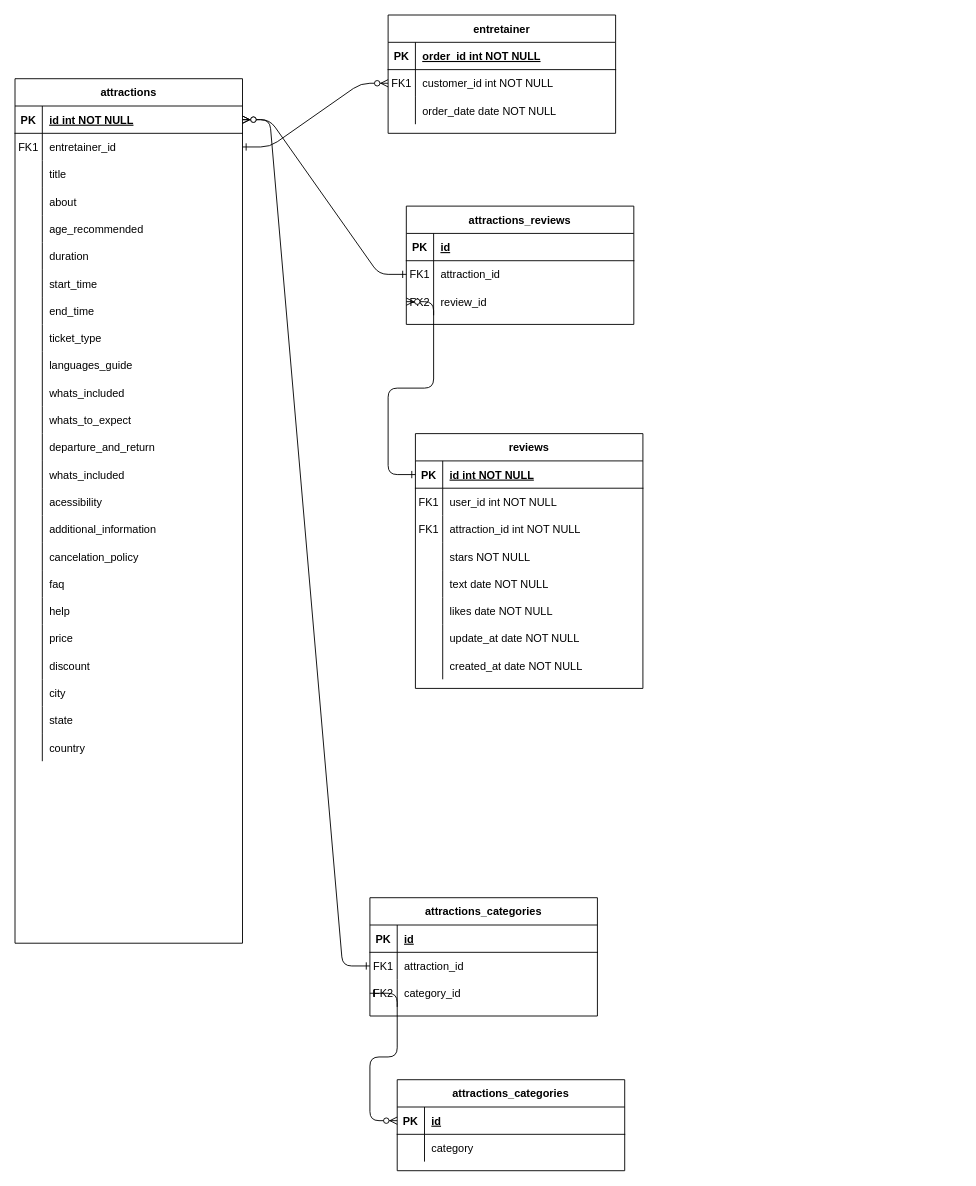
Before: diagram/Untitled Diagram.drawio in gabrielulbrich/tourin, a draw.io diagram. Source tidied: cells renumbered, new cells numbered last; positions are measured from the earlier drawing's top-left corner, leaving out a move shared by most shapes. Both pictures are drawn from the tidied source at 91%, with x=0, y=0 at pixel (15, 15).
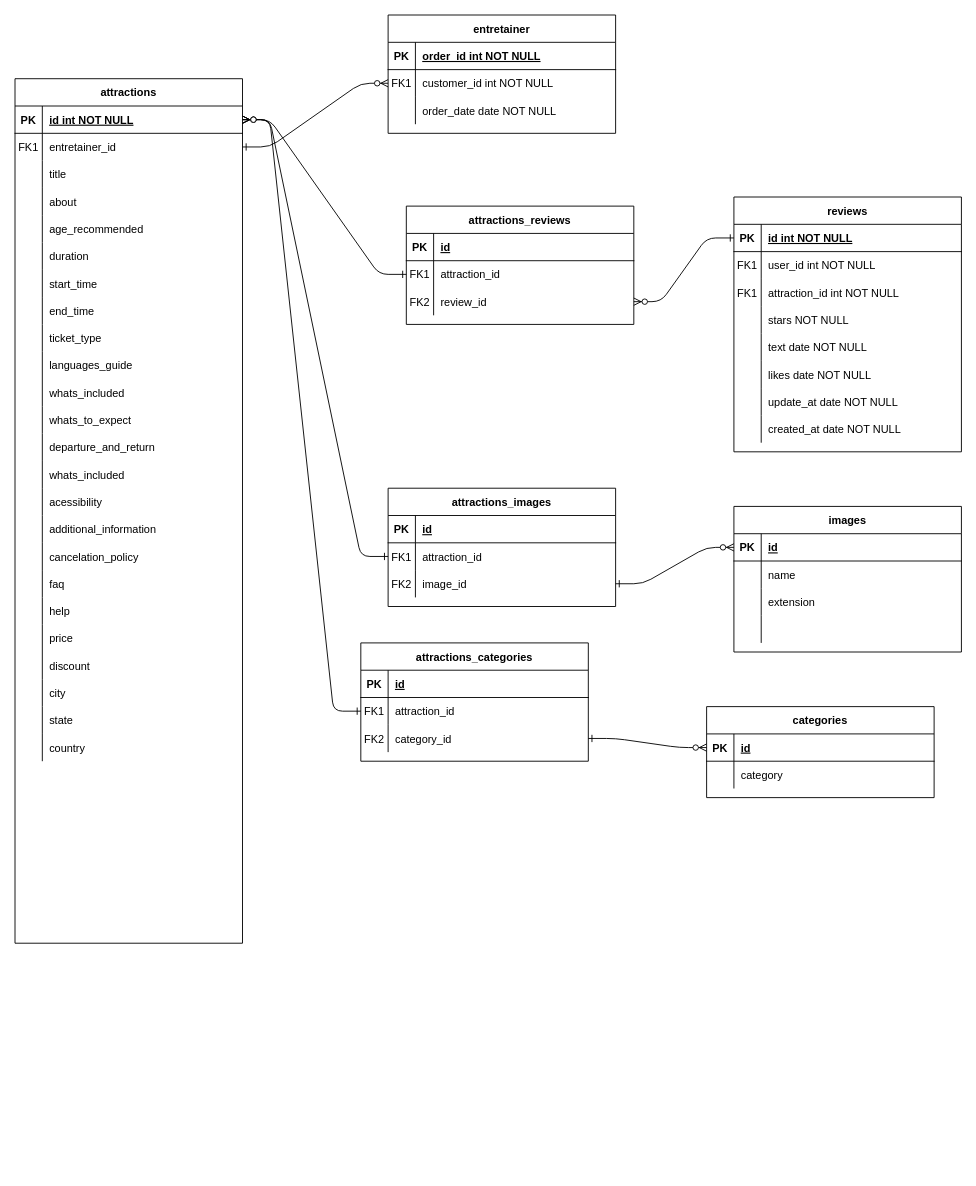
The same diagram, later.

Unchanged cells that the change refers to:
```xml
<mxCell id="14" style="shape=partialRectangle;fillColor=none;points=[[0,0.5],[1,0.5]];portConstraint=eastwest;top=0;left=0;right=0;bottom=1;" parent="13" vertex="1">
  <mxGeometry y="30" width="250" height="30" as="geometry" />
</mxCell>
<mxCell id="39" style="shape=partialRectangle;fillColor=none;points=[[0,0.5],[1,0.5]];portConstraint=eastwest;top=0;left=0;right=0;bottom=1;" parent="38" vertex="1">
  <mxGeometry y="30" width="250" height="30" as="geometry" />
</mxCell>
<mxCell id="119" style="shape=partialRectangle;fillColor=none;points=[[0,0.5],[1,0.5]];portConstraint=eastwest;top=0;left=0;right=0;bottom=0;" parent="112" vertex="1">
  <mxGeometry y="90" width="250" height="30" as="geometry" />
</mxCell>
<mxCell id="130" style="shape=partialRectangle;fillColor=none;points=[[0,0.5],[1,0.5]];portConstraint=eastwest;top=0;left=0;right=0;bottom=0;" parent="123" vertex="1">
  <mxGeometry y="90" width="250" height="30" as="geometry" />
</mxCell>
<mxCell id="135" style="shape=partialRectangle;fillColor=none;points=[[0,0.5],[1,0.5]];portConstraint=eastwest;top=0;left=0;right=0;bottom=1;" parent="134" vertex="1">
  <mxGeometry y="30" width="250" height="30" as="geometry" />
</mxCell>
```

The edit, as a diff of the source:
```diff
@@
     <mxCell id="13" value="reviews" style="shape=table;startSize=30;childLayout=tableLayout;rowLines=0;fontStyle=1;align=center;" parent="1" vertex="1">
-      <mxGeometry x="440" y="460" width="250" height="280" as="geometry" />
+      <mxGeometry x="790" y="200" width="250" height="280" as="geometry" />
     </mxCell>
@@
-    <mxCell id="122" style="edgeStyle=entityRelationEdgeStyle;endArrow=ERzeroToMany;startArrow=ERone;endFill=1;startFill=0;entryX=0;entryY=0.5;entryDx=0;entryDy=0;exitX=0;exitY=0.5;exitDx=0;exitDy=0;" parent="1" edge="1" source="14" target="119">
+    <mxCell id="122" style="edgeStyle=entityRelationEdgeStyle;endArrow=ERzeroToMany;startArrow=ERone;endFill=1;startFill=0;entryX=1;entryY=0.5;entryDx=0;entryDy=0;exitX=0;exitY=0.5;exitDx=0;exitDy=0;" parent="1" edge="1" source="14" target="119">
       <mxGeometry relative="1" as="geometry">
         <Array as="points">
           <mxPoint x="400" y="420" />
           <mxPoint x="370" y="460" />
           <mxPoint x="380" y="390" />
           <mxPoint x="360" y="315" />
           <mxPoint x="380" y="370" />
           <mxPoint x="380" y="360" />
           <mxPoint x="400" y="350" />
         </Array>
       </mxGeometry>
     </mxCell>
     <mxCell id="123" value="attractions_categories" style="shape=table;startSize=30;childLayout=tableLayout;rowLines=0;fontStyle=1;align=center;" parent="1" vertex="1">
-      <mxGeometry x="390" y="970" width="250" height="130" as="geometry" />
+      <mxGeometry x="380" y="690" width="250" height="130" as="geometry" />
     </mxCell>
@@
-    <mxCell id="134" value="attractions_categories" style="shape=table;startSize=30;childLayout=tableLayout;rowLines=0;fontStyle=1;align=center;" parent="1" vertex="1">
-      <mxGeometry x="420" y="1170" width="250" height="100" as="geometry" />
+    <mxCell id="134" value="categories" style="shape=table;startSize=30;childLayout=tableLayout;rowLines=0;fontStyle=1;align=center;" parent="1" vertex="1">
+      <mxGeometry x="760" y="760" width="250" height="100" as="geometry" />
     </mxCell>
@@
-    <mxCell id="141" style="edgeStyle=entityRelationEdgeStyle;endArrow=ERzeroToMany;startArrow=ERone;endFill=1;startFill=0;entryX=0;entryY=0.5;entryDx=0;entryDy=0;exitX=0;exitY=0.5;exitDx=0;exitDy=0;" parent="1" edge="1" source="130" target="135">
+    <mxCell id="141" style="edgeStyle=entityRelationEdgeStyle;endArrow=ERzeroToMany;startArrow=ERone;endFill=1;startFill=0;entryX=0;entryY=0.5;entryDx=0;entryDy=0;exitX=1;exitY=0.5;exitDx=0;exitDy=0;" parent="1" edge="1" source="130" target="135">
       <mxGeometry relative="1" as="geometry">
         <Array as="points">
-          <mxPoint x="270" y="1215" />
-          <mxPoint x="200" y="1140" />
-          <mxPoint x="300" y="1110" />
-          <mxPoint x="240" y="1255" />
-          <mxPoint x="250" y="1185" />
-          <mxPoint x="230" y="1110" />
-          <mxPoint x="250" y="1165" />
-          <mxPoint x="250" y="1155" />
-          <mxPoint x="270" y="1145" />
+          <mxPoint x="260" y="935" />
+          <mxPoint x="190" y="860" />
+          <mxPoint x="290" y="830" />
+          <mxPoint x="230" y="975" />
+          <mxPoint x="240" y="905" />
+          <mxPoint x="220" y="830" />
+          <mxPoint x="240" y="885" />
+          <mxPoint x="240" y="875" />
+          <mxPoint x="260" y="865" />
         </Array>
       </mxGeometry>
     </mxCell>
+    <mxCell id="142" value="attractions_images" style="shape=table;startSize=30;childLayout=tableLayout;rowLines=0;fontStyle=1;align=center;" parent="1" vertex="1">
+      <mxGeometry x="410" y="520" width="250" height="130" as="geometry" />
+    </mxCell>
+    <mxCell id="143" style="shape=partialRectangle;fillColor=none;top=0;left=0;right=0;bottom=1;" parent="142" vertex="1">
+      <mxGeometry y="30" width="250" height="30" as="geometry" />
+    </mxCell>
+    <mxCell id="144" value="PK" style="shape=partialRectangle;overflow=hidden;fillColor=none;top=0;left=0;bottom=0;right=0;fontStyle=1;" parent="143" vertex="1">
+      <mxGeometry width="30" height="30" as="geometry" />
+    </mxCell>
+    <mxCell id="145" value="id" style="shape=partialRectangle;overflow=hidden;fillColor=none;top=0;left=0;bottom=0;right=0;align=left;spacingLeft=6;fontStyle=5;" parent="143" vertex="1">
+      <mxGeometry x="30" width="220" height="30" as="geometry" />
+    </mxCell>
+    <mxCell id="146" style="shape=partialRectangle;fillColor=none;points=[[0,0.5],[1,0.5]];portConstraint=eastwest;top=0;left=0;right=0;bottom=0;" parent="142" vertex="1">
+      <mxGeometry y="60" width="250" height="30" as="geometry" />
+    </mxCell>
+    <mxCell id="147" value="FK1" style="shape=partialRectangle;overflow=hidden;fillColor=none;top=0;left=0;bottom=0;right=0;" parent="146" vertex="1">
+      <mxGeometry width="30" height="30" as="geometry" />
+    </mxCell>
+    <mxCell id="148" value="attraction_id" style="shape=partialRectangle;overflow=hidden;fillColor=none;top=0;left=0;bottom=0;right=0;align=left;spacingLeft=6;" parent="146" vertex="1">
+      <mxGeometry x="30" width="220" height="30" as="geometry" />
+    </mxCell>
+    <mxCell id="149" style="shape=partialRectangle;fillColor=none;points=[[0,0.5],[1,0.5]];portConstraint=eastwest;top=0;left=0;right=0;bottom=0;" parent="142" vertex="1">
+      <mxGeometry y="90" width="250" height="30" as="geometry" />
+    </mxCell>
+    <mxCell id="150" value="FK2" style="shape=partialRectangle;overflow=hidden;fillColor=none;top=0;left=0;bottom=0;right=0;" parent="149" vertex="1">
+      <mxGeometry width="30" height="30" as="geometry" />
+    </mxCell>
+    <mxCell id="151" value="image_id" style="shape=partialRectangle;overflow=hidden;fillColor=none;top=0;left=0;bottom=0;right=0;align=left;spacingLeft=6;" parent="149" vertex="1">
+      <mxGeometry x="30" width="220" height="30" as="geometry" />
+    </mxCell>
+    <mxCell id="152" style="edgeStyle=entityRelationEdgeStyle;endArrow=ERzeroToMany;startArrow=ERone;endFill=1;startFill=0;entryX=1;entryY=0.5;entryDx=0;entryDy=0;exitX=0;exitY=0.5;exitDx=0;exitDy=0;" parent="1" edge="1" source="146" target="39">
+      <mxGeometry relative="1" as="geometry" />
+    </mxCell>
+    <mxCell id="153" value="images" style="shape=table;startSize=30;childLayout=tableLayout;rowLines=0;fontStyle=1;align=center;" parent="1" vertex="1">
+      <mxGeometry x="790" y="540" width="250" height="160" as="geometry" />
+    </mxCell>
+    <mxCell id="154" style="shape=partialRectangle;fillColor=none;points=[[0,0.5],[1,0.5]];portConstraint=eastwest;top=0;left=0;right=0;bottom=1;" parent="153" vertex="1">
+      <mxGeometry y="30" width="250" height="30" as="geometry" />
+    </mxCell>
+    <mxCell id="155" value="PK" style="shape=partialRectangle;overflow=hidden;fillColor=none;top=0;left=0;bottom=0;right=0;fontStyle=1;" parent="154" vertex="1">
+      <mxGeometry width="30" height="30" as="geometry" />
+    </mxCell>
+    <mxCell id="156" value="id" style="shape=partialRectangle;overflow=hidden;fillColor=none;top=0;left=0;bottom=0;right=0;align=left;spacingLeft=6;fontStyle=5;" parent="154" vertex="1">
+      <mxGeometry x="30" width="220" height="30" as="geometry" />
+    </mxCell>
+    <mxCell id="157" style="shape=partialRectangle;fillColor=none;top=0;left=0;right=0;bottom=0;" parent="153" vertex="1">
+      <mxGeometry y="60" width="250" height="30" as="geometry" />
+    </mxCell>
+    <mxCell id="158" style="shape=partialRectangle;overflow=hidden;fillColor=none;top=0;left=0;bottom=0;right=0;" parent="157" vertex="1">
+      <mxGeometry width="30" height="30" as="geometry" />
+    </mxCell>
+    <mxCell id="159" value="name" style="shape=partialRectangle;overflow=hidden;fillColor=none;top=0;left=0;bottom=0;right=0;align=left;spacingLeft=6;" parent="157" vertex="1">
+      <mxGeometry x="30" width="220" height="30" as="geometry" />
+    </mxCell>
+    <mxCell id="160" style="shape=partialRectangle;fillColor=none;top=0;left=0;right=0;bottom=0;" parent="153" vertex="1">
+      <mxGeometry y="90" width="250" height="30" as="geometry" />
+    </mxCell>
+    <mxCell id="161" style="shape=partialRectangle;overflow=hidden;fillColor=none;top=0;left=0;bottom=0;right=0;" parent="160" vertex="1">
+      <mxGeometry width="30" height="30" as="geometry" />
+    </mxCell>
+    <mxCell id="162" value="extension" style="shape=partialRectangle;overflow=hidden;fillColor=none;top=0;left=0;bottom=0;right=0;align=left;spacingLeft=6;" parent="160" vertex="1">
+      <mxGeometry x="30" width="220" height="30" as="geometry" />
+    </mxCell>
+    <mxCell id="163" style="shape=partialRectangle;fillColor=none;top=0;left=0;right=0;bottom=0;" parent="153" vertex="1">
+      <mxGeometry y="120" width="250" height="30" as="geometry" />
+    </mxCell>
+    <mxCell id="164" style="shape=partialRectangle;overflow=hidden;fillColor=none;top=0;left=0;bottom=0;right=0;" parent="163" vertex="1">
+      <mxGeometry width="30" height="30" as="geometry" />
+    </mxCell>
+    <mxCell id="165" style="shape=partialRectangle;overflow=hidden;fillColor=none;top=0;left=0;bottom=0;right=0;align=left;spacingLeft=6;" parent="163" vertex="1">
+      <mxGeometry x="30" width="220" height="30" as="geometry" />
+    </mxCell>
+    <mxCell id="166" style="edgeStyle=entityRelationEdgeStyle;endArrow=ERzeroToMany;startArrow=ERone;endFill=1;startFill=0;entryX=0;entryY=0.5;entryDx=0;entryDy=0;exitX=1;exitY=0.5;exitDx=0;exitDy=0;" parent="1" edge="1" source="149" target="154">
+      <mxGeometry relative="1" as="geometry">
+        <Array as="points">
+          <mxPoint x="1470" y="815" />
+          <mxPoint x="750" y="460" />
+        </Array>
+      </mxGeometry>
+    </mxCell>
```
